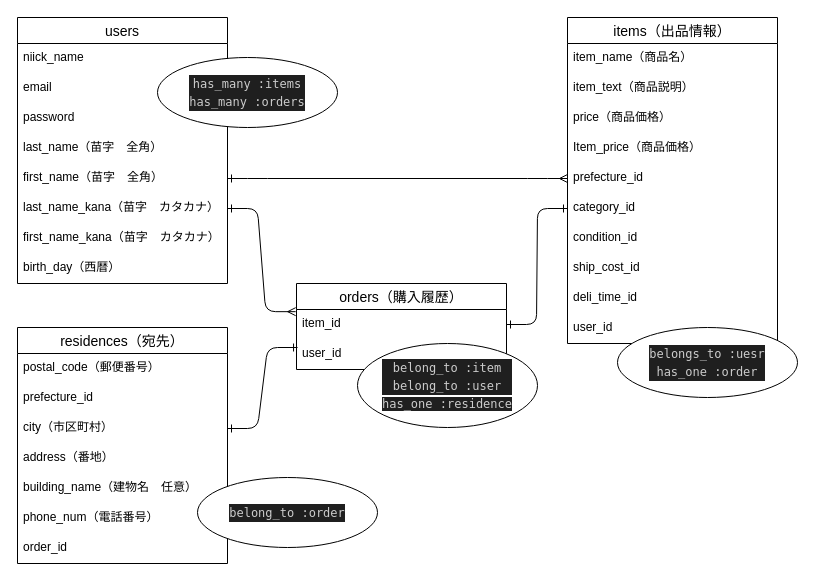
Earlier version of the draw.io diagram ER.dio (hiroshi-43/furima-41006). Source tidied: cells renumbered, new cells numbered last; positions are measured from the earlier drawing's top-left corner, leaving out a move shared by most shapes. Both pictures are drawn from the tidied source at 100%, with x=0, y=0 at pixel (17, 17).
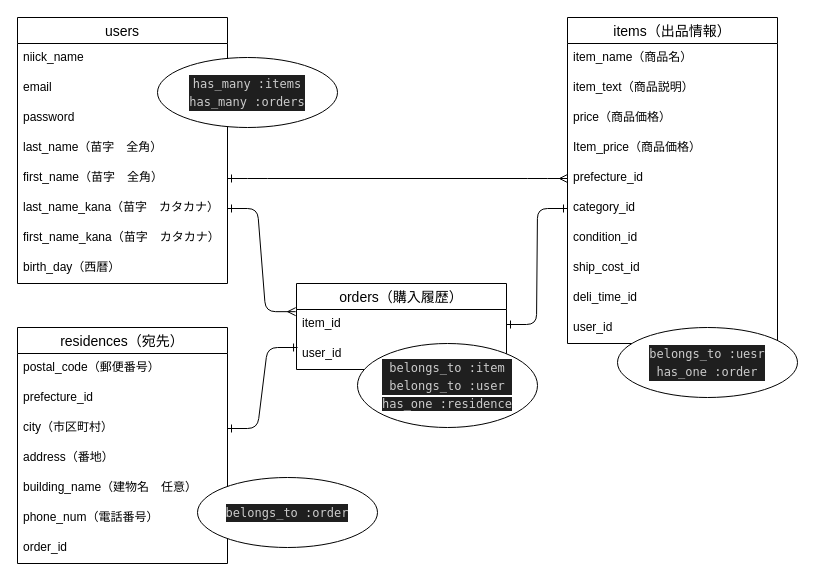
The same page after the edit.

Commit message (it also covers changes not shown here):
データベース設計　修正④

Diff of the diagram source:
```diff
@@
-    <mxCell id="39" value="&lt;div style=&quot;line-height: 18px;&quot;&gt;&lt;div style=&quot;line-height: 18px;&quot;&gt;&lt;div style=&quot;line-height: 18px;&quot;&gt;&lt;div style=&quot;color: rgb(204, 204, 204); font-family: Menlo, Monaco, &amp;quot;Courier New&amp;quot;, monospace; background-color: rgb(31, 31, 31);&quot;&gt;belong_to :item&lt;/div&gt;&lt;div style=&quot;color: rgb(204, 204, 204); font-family: Menlo, Monaco, &amp;quot;Courier New&amp;quot;, monospace; background-color: rgb(31, 31, 31);&quot;&gt;belong_to :user&lt;/div&gt;&lt;div style=&quot;&quot;&gt;&lt;font face=&quot;Menlo, Monaco, Courier New, monospace&quot; color=&quot;#cccccc&quot;&gt;&lt;span style=&quot;background-color: rgb(31, 31, 31);&quot;&gt;has_one :residence&lt;/span&gt;&lt;/font&gt;&lt;br&gt;&lt;/div&gt;&lt;/div&gt;&lt;/div&gt;&lt;/div&gt;" style="ellipse;whiteSpace=wrap;html=1;align=center;" parent="1" vertex="1">
+    <mxCell id="39" value="&lt;div style=&quot;line-height: 18px;&quot;&gt;&lt;div style=&quot;line-height: 18px;&quot;&gt;&lt;div style=&quot;line-height: 18px;&quot;&gt;&lt;div style=&quot;color: rgb(204, 204, 204); font-family: Menlo, Monaco, &amp;quot;Courier New&amp;quot;, monospace; background-color: rgb(31, 31, 31);&quot;&gt;belongs_to :item&lt;/div&gt;&lt;div style=&quot;color: rgb(204, 204, 204); font-family: Menlo, Monaco, &amp;quot;Courier New&amp;quot;, monospace; background-color: rgb(31, 31, 31);&quot;&gt;belongs_to :user&lt;/div&gt;&lt;div style=&quot;&quot;&gt;&lt;font face=&quot;Menlo, Monaco, Courier New, monospace&quot; color=&quot;#cccccc&quot;&gt;&lt;span style=&quot;background-color: rgb(31, 31, 31);&quot;&gt;has_one :residence&lt;/span&gt;&lt;/font&gt;&lt;br&gt;&lt;/div&gt;&lt;/div&gt;&lt;/div&gt;&lt;/div&gt;" style="ellipse;whiteSpace=wrap;html=1;align=center;" parent="1" vertex="1">
       <mxGeometry x="340" y="326" width="180" height="84" as="geometry" />
     </mxCell>
-    <mxCell id="40" value="&lt;div style=&quot;color: rgb(204, 204, 204); background-color: rgb(31, 31, 31); font-family: Menlo, Monaco, &amp;quot;Courier New&amp;quot;, monospace; line-height: 18px;&quot;&gt;&lt;div style=&quot;line-height: 18px;&quot;&gt;&lt;div style=&quot;line-height: 18px;&quot;&gt;&lt;div style=&quot;line-height: 18px;&quot;&gt;&lt;div&gt;belong_to :order&lt;br&gt;&lt;/div&gt;&lt;/div&gt;&lt;/div&gt;&lt;/div&gt;&lt;/div&gt;" style="ellipse;whiteSpace=wrap;html=1;align=center;" parent="1" vertex="1">
+    <mxCell id="40" value="&lt;div style=&quot;color: rgb(204, 204, 204); background-color: rgb(31, 31, 31); font-family: Menlo, Monaco, &amp;quot;Courier New&amp;quot;, monospace; line-height: 18px;&quot;&gt;&lt;div style=&quot;line-height: 18px;&quot;&gt;&lt;div style=&quot;line-height: 18px;&quot;&gt;&lt;div style=&quot;line-height: 18px;&quot;&gt;&lt;div&gt;belongs_to :order&lt;br&gt;&lt;/div&gt;&lt;/div&gt;&lt;/div&gt;&lt;/div&gt;&lt;/div&gt;" style="ellipse;whiteSpace=wrap;html=1;align=center;" parent="1" vertex="1">
       <mxGeometry x="180" y="460" width="180" height="70" as="geometry" />
     </mxCell>
```
